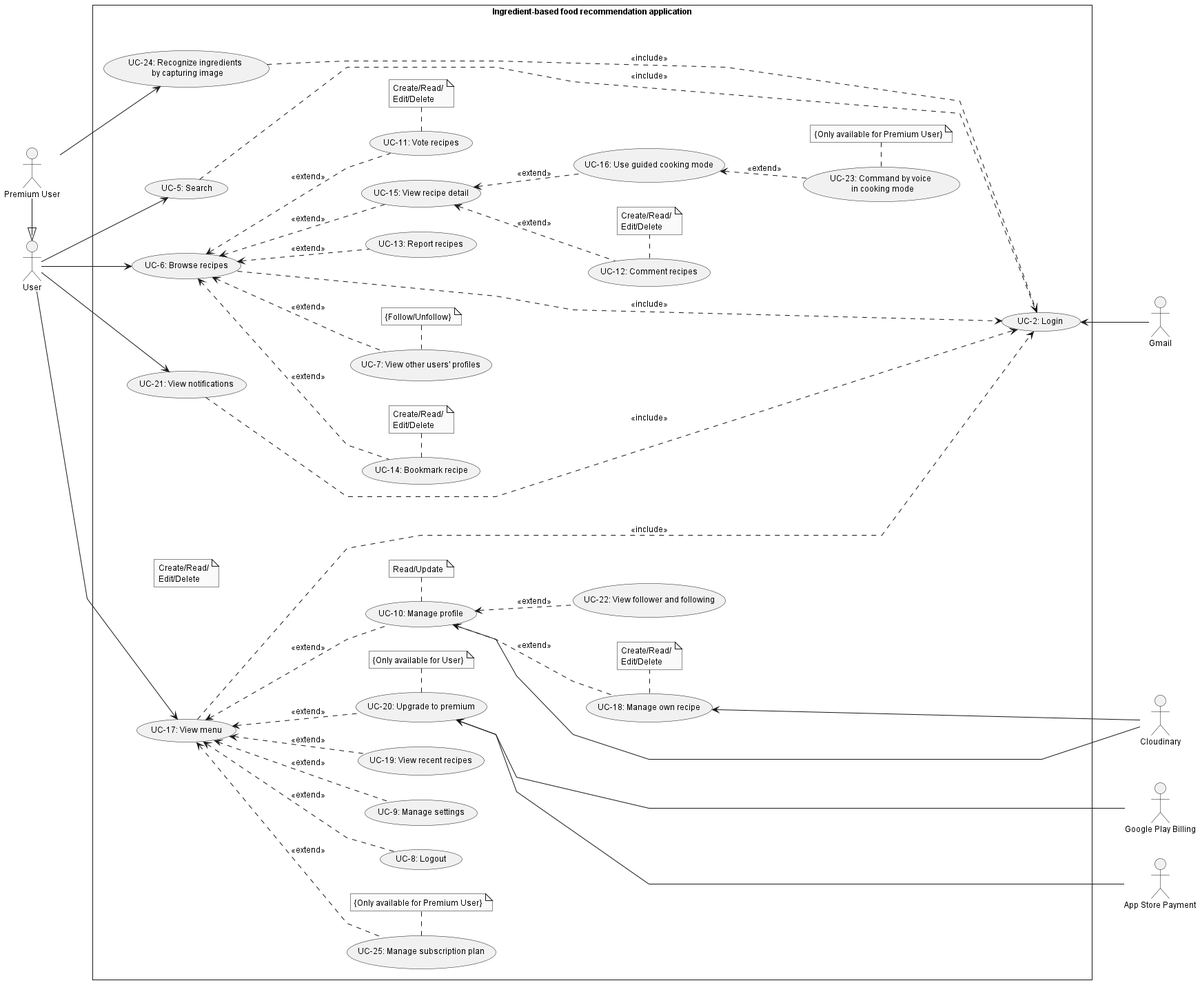
The PlantUML diagram doc/SRS/Usecase/UserUsecase/UserUsecase.png in Carl-Johnsons/tastopia, before a commit.
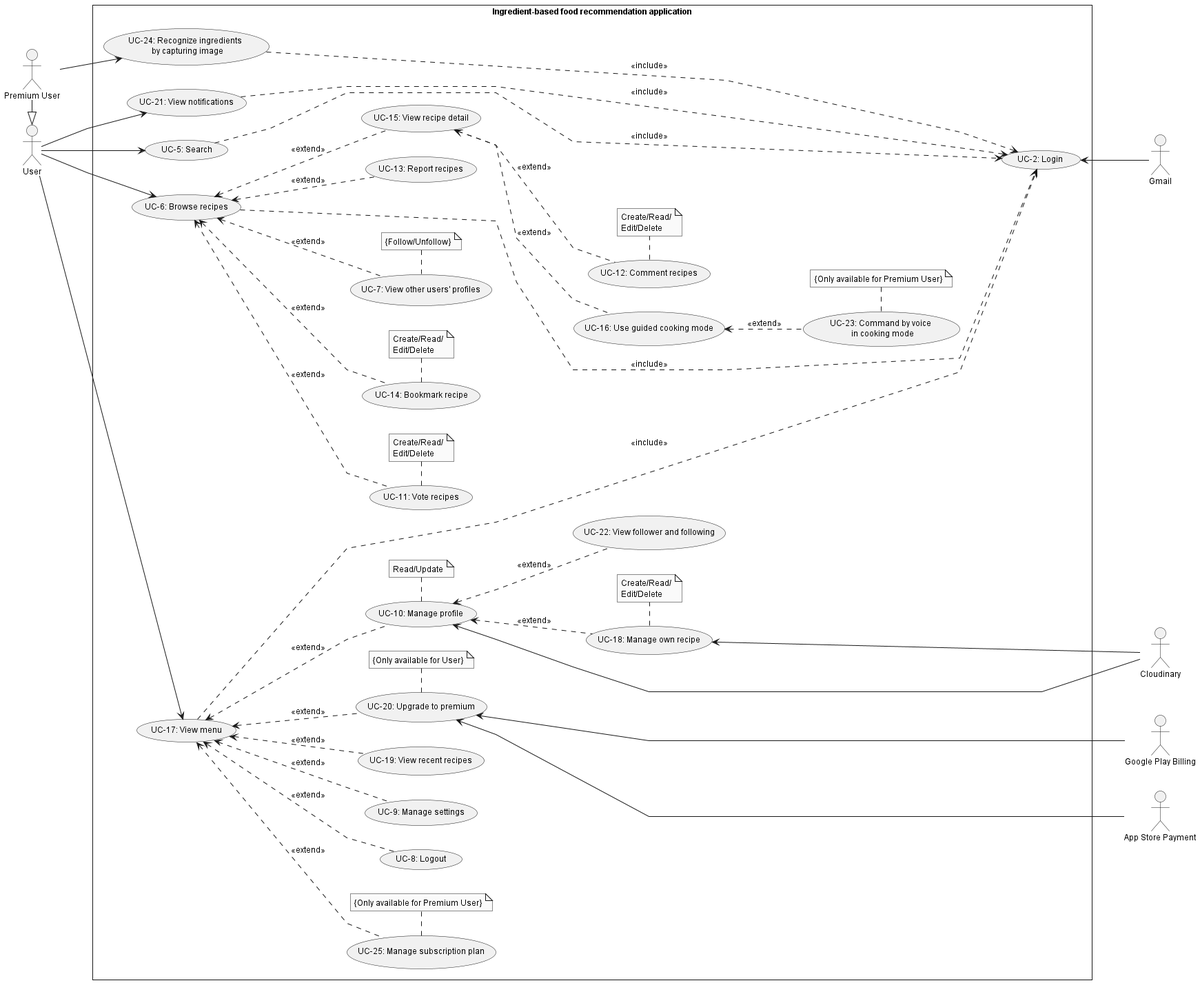
The same diagram one commit later.

Commit message:
doc: update use case diagram

The edit, as a diff of the source:
```diff
@@ -36,7 +36,6 @@
     usecase "UC-22: View follower and following" as ucViewFollow
 
     note "Create/Read/\nEdit/Delete" as noteManageRecipe
-    note "Create/Read/\nEdit/Delete" as noteManageAller
     note "Read/Update" as noteManageProfile
     note "Create/Read/\nEdit/Delete" as noteVoteRecipe
     note "Create/Read/\nEdit/Delete" as noteCmtRecipe
```
